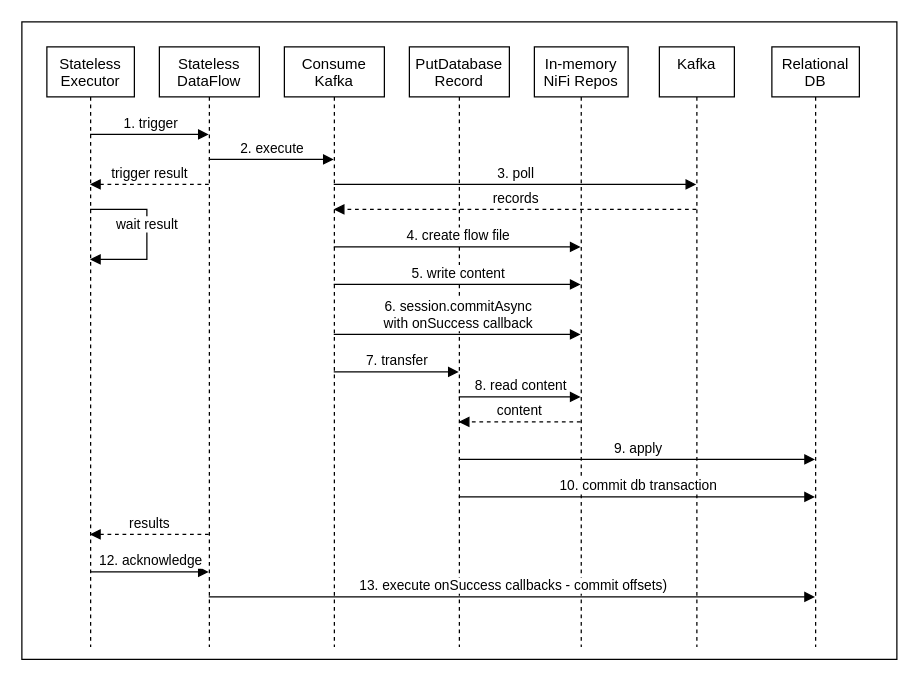
This is page "Stateless Sequence" (5 of 6) of assets/drawio/nifi-stateless.drawio from gresockj/bbende.github.com, a draw.io file, before an edit. Source tidied: cells renumbered, new cells numbered last; positions are measured from the earlier drawing's top-left corner, leaving out a move shared by most shapes. Both pictures are drawn from the tidied source at 125%, with x=0, y=0 at pixel (21, 21).
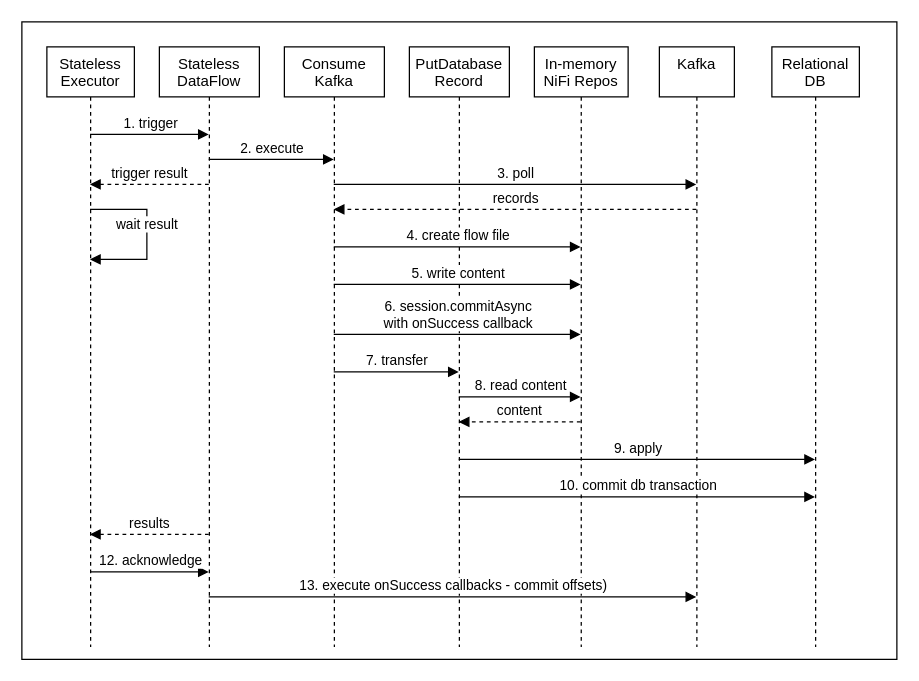
The same page after the edit.

Commit message (it also covers changes not shown here):
Fix stateless sequence diagram

Unchanged cells that the change refers to:
```xml
<mxCell id="3" value="Relational &lt;br&gt;DB" style="shape=umlLifeline;perimeter=lifelinePerimeter;whiteSpace=wrap;html=1;outlineConnect=0;fillColor=#FFFFFF;verticalAlign=top;" parent="1" vertex="1">
  <mxGeometry x="600" y="20" width="70" height="480" as="geometry" />
</mxCell>
<mxCell id="4" value="Kafka" style="shape=umlLifeline;perimeter=lifelinePerimeter;whiteSpace=wrap;html=1;outlineConnect=0;fillColor=#FFFFFF;verticalAlign=top;" parent="1" vertex="1">
  <mxGeometry x="510" y="20" width="60" height="480" as="geometry" />
</mxCell>
<mxCell id="7" value="Stateless&lt;br&gt;DataFlow" style="shape=umlLifeline;perimeter=lifelinePerimeter;whiteSpace=wrap;html=1;outlineConnect=0;fillColor=#FFFFFF;verticalAlign=top;" parent="1" vertex="1">
  <mxGeometry x="110" y="20" width="80" height="480" as="geometry" />
</mxCell>
```

The edit, as a diff of the source:
```diff
@@
-    <mxCell id="24" value="13. execute onSuccess callbacks - commit offsets)" style="html=1;verticalAlign=bottom;endArrow=block;rounded=0;edgeStyle=orthogonalEdgeStyle;" parent="1" edge="1" source="7" target="3">
+    <mxCell id="24" value="13. execute onSuccess callbacks - commit offsets)" style="html=1;verticalAlign=bottom;endArrow=block;rounded=0;edgeStyle=orthogonalEdgeStyle;" parent="1" edge="1" source="7" target="4">
       <mxGeometry relative="1" as="geometry">
         <Array as="points">
-          <mxPoint x="400" y="460" />
-          <mxPoint x="400" y="460" />
+          <mxPoint x="350" y="460" />
+          <mxPoint x="350" y="460" />
         </Array>
       </mxGeometry>
     </mxCell>
```
